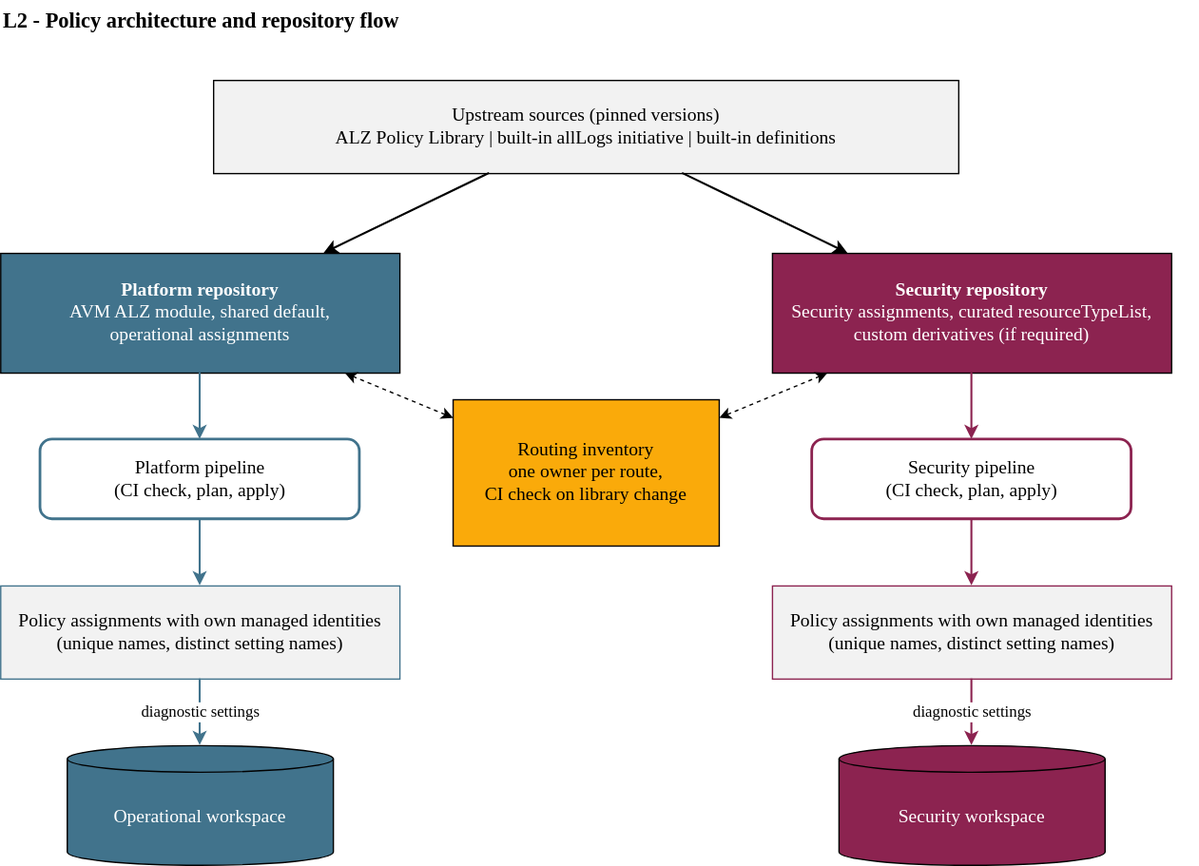
NikolaiKleppe/alz-diagnostic-log-design keeps this draw.io diagram as design/diagrams/L2-policy-repository-flow.svg. Above is the earlier version. Source tidied: cells renumbered, new cells last; positions are measured from the earlier drawing's top-left corner, leaving out a move shared by most shapes. The source it was exported from:
```xml
<mxGraphModel background="#FFFFFF">
  <root>
    <mxCell id="0" />
    <mxCell id="1" parent="0" />
    <mxCell id="2" value="L2 - Policy architecture and repository flow" style="text;html=1;align=left;verticalAlign=middle;fontFamily=Calibri;fontSize=16;fontStyle=1;fontColor=#000000;" parent="1" vertex="1">
      <mxGeometry width="900" height="30" as="geometry" />
    </mxCell>
    <mxCell id="3" value="Upstream sources (pinned versions)&#10;ALZ Policy Library | built-in allLogs initiative | built-in definitions" style="rounded=0;whiteSpace=wrap;html=1;fillColor=#F2F2F2;strokeColor=#000000;fontFamily=Calibri;fontSize=14;" parent="1" vertex="1">
      <mxGeometry x="160" y="60" width="560" height="70" as="geometry" />
    </mxCell>
    <mxCell id="4" value="&lt;b&gt;Platform repository&lt;/b&gt;&lt;br&gt;AVM ALZ module, shared default,&lt;br&gt;operational assignments" style="rounded=0;whiteSpace=wrap;html=1;fillColor=#41738C;strokeColor=#000000;fontColor=#FFFFFF;fontFamily=Calibri;fontSize=14;" parent="1" vertex="1">
      <mxGeometry y="190" width="300" height="90" as="geometry" />
    </mxCell>
    <mxCell id="5" value="&lt;b&gt;Security repository&lt;/b&gt;&lt;br&gt;Security assignments, curated resourceTypeList,&lt;br&gt;custom derivatives (if required)" style="rounded=0;whiteSpace=wrap;html=1;fillColor=#8C2350;strokeColor=#000000;fontColor=#FFFFFF;fontFamily=Calibri;fontSize=14;" parent="1" vertex="1">
      <mxGeometry x="580" y="190" width="300" height="90" as="geometry" />
    </mxCell>
    <mxCell id="6" value="Platform pipeline&#10;(CI check, plan, apply)" style="rounded=1;whiteSpace=wrap;html=1;fillColor=#FFFFFF;strokeColor=#41738C;strokeWidth=2;fontFamily=Calibri;fontSize=14;" parent="1" vertex="1">
      <mxGeometry x="30" y="330" width="240" height="60" as="geometry" />
    </mxCell>
    <mxCell id="7" value="Security pipeline&#10;(CI check, plan, apply)" style="rounded=1;whiteSpace=wrap;html=1;fillColor=#FFFFFF;strokeColor=#8C2350;strokeWidth=2;fontFamily=Calibri;fontSize=14;" parent="1" vertex="1">
      <mxGeometry x="610" y="330" width="240" height="60" as="geometry" />
    </mxCell>
    <mxCell id="8" value="Policy assignments with own managed identities&#10;(unique names, distinct setting names)" style="rounded=0;whiteSpace=wrap;html=1;fillColor=#F2F2F2;strokeColor=#41738C;fontFamily=Calibri;fontSize=14;" parent="1" vertex="1">
      <mxGeometry y="440" width="300" height="70" as="geometry" />
    </mxCell>
    <mxCell id="9" value="Policy assignments with own managed identities&#10;(unique names, distinct setting names)" style="rounded=0;whiteSpace=wrap;html=1;fillColor=#F2F2F2;strokeColor=#8C2350;fontFamily=Calibri;fontSize=14;" parent="1" vertex="1">
      <mxGeometry x="580" y="440" width="300" height="70" as="geometry" />
    </mxCell>
    <mxCell id="10" value="Operational workspace" style="shape=cylinder3;whiteSpace=wrap;html=1;boundedLbl=1;backgroundOutline=1;size=10;fillColor=#41738C;strokeColor=#000000;fontColor=#FFFFFF;fontFamily=Calibri;fontSize=14;" parent="1" vertex="1">
      <mxGeometry x="50" y="560" width="200" height="90" as="geometry" />
    </mxCell>
    <mxCell id="11" value="Security workspace" style="shape=cylinder3;whiteSpace=wrap;html=1;boundedLbl=1;backgroundOutline=1;size=10;fillColor=#8C2350;strokeColor=#000000;fontColor=#FFFFFF;fontFamily=Calibri;fontSize=14;" parent="1" vertex="1">
      <mxGeometry x="630" y="560" width="200" height="90" as="geometry" />
    </mxCell>
    <mxCell id="12" value="Routing inventory&#10;one owner per route,&#10;CI check on library change" style="rounded=0;whiteSpace=wrap;html=1;fillColor=#FAAA0A;strokeColor=#000000;fontFamily=Calibri;fontSize=14;" parent="1" vertex="1">
      <mxGeometry x="340" y="300" width="200" height="110" as="geometry" />
    </mxCell>
    <mxCell id="13" style="endArrow=classic;html=1;strokeColor=#000000;strokeWidth=1.5;" parent="1" edge="1" source="3" target="4">
      <mxGeometry relative="1" as="geometry" />
    </mxCell>
    <mxCell id="14" style="endArrow=classic;html=1;strokeColor=#000000;strokeWidth=1.5;" parent="1" edge="1" source="3" target="5">
      <mxGeometry relative="1" as="geometry" />
    </mxCell>
    <mxCell id="15" style="endArrow=classic;html=1;strokeColor=#41738C;strokeWidth=1.5;" parent="1" edge="1" source="4" target="6">
      <mxGeometry relative="1" as="geometry" />
    </mxCell>
    <mxCell id="16" style="endArrow=classic;html=1;strokeColor=#8C2350;strokeWidth=1.5;" parent="1" edge="1" source="5" target="7">
      <mxGeometry relative="1" as="geometry" />
    </mxCell>
    <mxCell id="17" style="endArrow=classic;html=1;strokeColor=#41738C;strokeWidth=1.5;" parent="1" edge="1" source="6" target="8">
      <mxGeometry relative="1" as="geometry" />
    </mxCell>
    <mxCell id="18" style="endArrow=classic;html=1;strokeColor=#8C2350;strokeWidth=1.5;" parent="1" edge="1" source="7" target="9">
      <mxGeometry relative="1" as="geometry" />
    </mxCell>
    <mxCell id="19" value="diagnostic settings" style="endArrow=classic;html=1;strokeColor=#41738C;strokeWidth=1.5;fontFamily=Calibri;fontSize=12;" parent="1" edge="1" source="8" target="10">
      <mxGeometry relative="1" as="geometry" />
    </mxCell>
    <mxCell id="20" value="diagnostic settings" style="endArrow=classic;html=1;strokeColor=#8C2350;strokeWidth=1.5;fontFamily=Calibri;fontSize=12;" parent="1" edge="1" source="9" target="11">
      <mxGeometry relative="1" as="geometry" />
    </mxCell>
    <mxCell id="21" style="endArrow=classic;startArrow=classic;dashed=1;html=1;strokeColor=#000000;strokeWidth=1;" parent="1" edge="1" source="4" target="12">
      <mxGeometry relative="1" as="geometry" />
    </mxCell>
    <mxCell id="22" style="endArrow=classic;startArrow=classic;dashed=1;html=1;strokeColor=#000000;strokeWidth=1;" parent="1" edge="1" source="5" target="12">
      <mxGeometry relative="1" as="geometry" />
    </mxCell>
  </root>
</mxGraphModel>
```
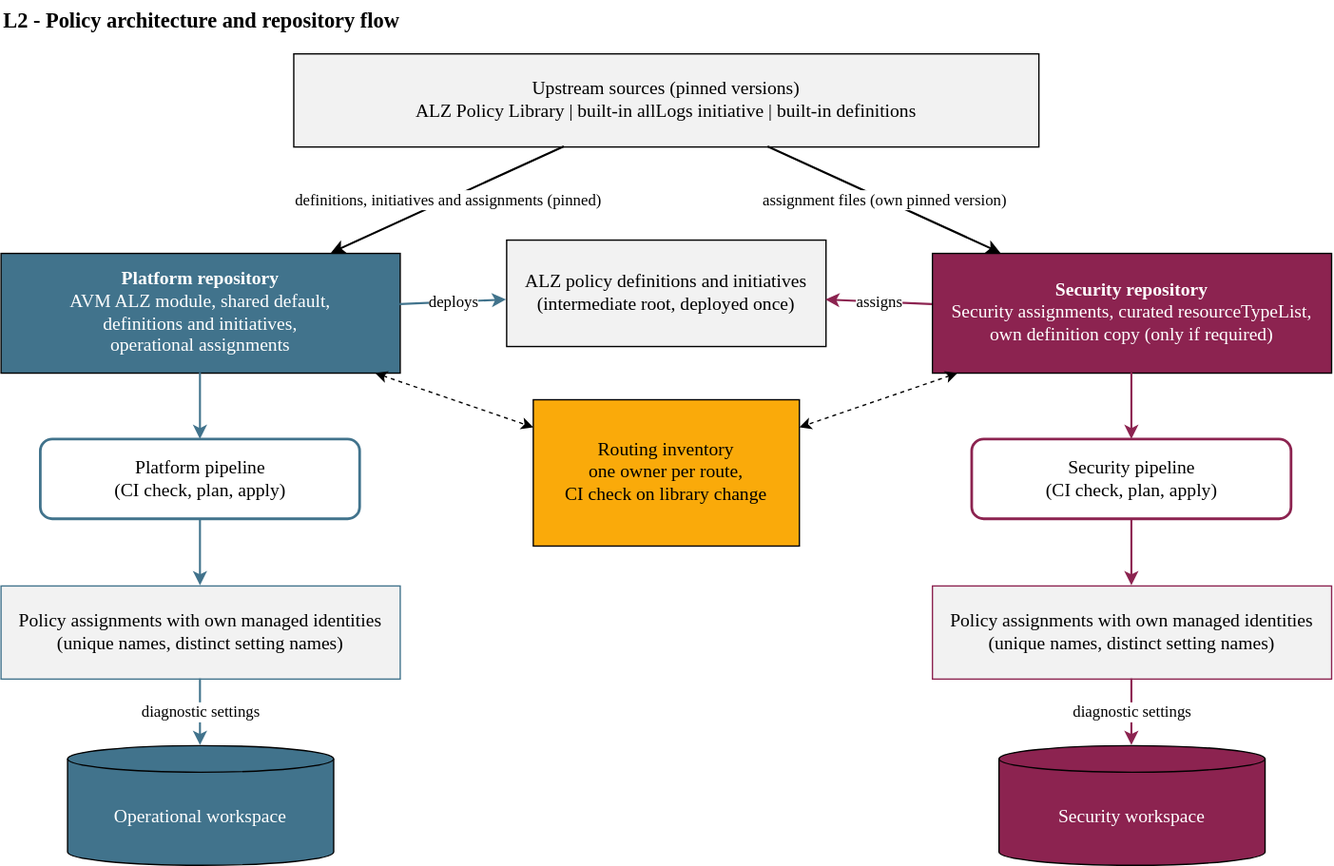
The same file after the commit.

What changed in the source:
```diff
@@ -6,41 +6,50 @@
       <mxGeometry width="900" height="30" as="geometry" />
     </mxCell>
     <mxCell id="3" value="Upstream sources (pinned versions)&#10;ALZ Policy Library | built-in allLogs initiative | built-in definitions" style="rounded=0;whiteSpace=wrap;html=1;fillColor=#F2F2F2;strokeColor=#000000;fontFamily=Calibri;fontSize=14;" parent="1" vertex="1">
-      <mxGeometry x="160" y="60" width="560" height="70" as="geometry" />
+      <mxGeometry x="220" y="40" width="560" height="70" as="geometry" />
     </mxCell>
-    <mxCell id="4" value="&lt;b&gt;Platform repository&lt;/b&gt;&lt;br&gt;AVM ALZ module, shared default,&lt;br&gt;operational assignments" style="rounded=0;whiteSpace=wrap;html=1;fillColor=#41738C;strokeColor=#000000;fontColor=#FFFFFF;fontFamily=Calibri;fontSize=14;" parent="1" vertex="1">
+    <mxCell id="4" value="&lt;b&gt;Platform repository&lt;/b&gt;&lt;br&gt;AVM ALZ module, shared default,&lt;br&gt;definitions and initiatives,&lt;br&gt;operational assignments" style="rounded=0;whiteSpace=wrap;html=1;fillColor=#41738C;strokeColor=#000000;fontColor=#FFFFFF;fontFamily=Calibri;fontSize=14;" parent="1" vertex="1">
       <mxGeometry y="190" width="300" height="90" as="geometry" />
     </mxCell>
-    <mxCell id="5" value="&lt;b&gt;Security repository&lt;/b&gt;&lt;br&gt;Security assignments, curated resourceTypeList,&lt;br&gt;custom derivatives (if required)" style="rounded=0;whiteSpace=wrap;html=1;fillColor=#8C2350;strokeColor=#000000;fontColor=#FFFFFF;fontFamily=Calibri;fontSize=14;" parent="1" vertex="1">
-      <mxGeometry x="580" y="190" width="300" height="90" as="geometry" />
+    <mxCell id="5" value="&lt;b&gt;Security repository&lt;/b&gt;&lt;br&gt;Security assignments, curated resourceTypeList,&lt;br&gt;own definition copy (only if required)" style="rounded=0;whiteSpace=wrap;html=1;fillColor=#8C2350;strokeColor=#000000;fontColor=#FFFFFF;fontFamily=Calibri;fontSize=14;" parent="1" vertex="1">
+      <mxGeometry x="700" y="190" width="300" height="90" as="geometry" />
     </mxCell>
+    <mxCell id="23" value="ALZ policy definitions and initiatives&#10;(intermediate root, deployed once)" style="rounded=0;whiteSpace=wrap;html=1;fillColor=#F2F2F2;strokeColor=#000000;fontFamily=Calibri;fontSize=14;" parent="1" vertex="1">
+      <mxGeometry x="380" y="180" width="240" height="80" as="geometry" />
+    </mxCell>
     <mxCell id="6" value="Platform pipeline&#10;(CI check, plan, apply)" style="rounded=1;whiteSpace=wrap;html=1;fillColor=#FFFFFF;strokeColor=#41738C;strokeWidth=2;fontFamily=Calibri;fontSize=14;" parent="1" vertex="1">
       <mxGeometry x="30" y="330" width="240" height="60" as="geometry" />
     </mxCell>
     <mxCell id="7" value="Security pipeline&#10;(CI check, plan, apply)" style="rounded=1;whiteSpace=wrap;html=1;fillColor=#FFFFFF;strokeColor=#8C2350;strokeWidth=2;fontFamily=Calibri;fontSize=14;" parent="1" vertex="1">
-      <mxGeometry x="610" y="330" width="240" height="60" as="geometry" />
+      <mxGeometry x="730" y="330" width="240" height="60" as="geometry" />
     </mxCell>
     <mxCell id="8" value="Policy assignments with own managed identities&#10;(unique names, distinct setting names)" style="rounded=0;whiteSpace=wrap;html=1;fillColor=#F2F2F2;strokeColor=#41738C;fontFamily=Calibri;fontSize=14;" parent="1" vertex="1">
       <mxGeometry y="440" width="300" height="70" as="geometry" />
     </mxCell>
     <mxCell id="9" value="Policy assignments with own managed identities&#10;(unique names, distinct setting names)" style="rounded=0;whiteSpace=wrap;html=1;fillColor=#F2F2F2;strokeColor=#8C2350;fontFamily=Calibri;fontSize=14;" parent="1" vertex="1">
-      <mxGeometry x="580" y="440" width="300" height="70" as="geometry" />
+      <mxGeometry x="700" y="440" width="300" height="70" as="geometry" />
     </mxCell>
     <mxCell id="10" value="Operational workspace" style="shape=cylinder3;whiteSpace=wrap;html=1;boundedLbl=1;backgroundOutline=1;size=10;fillColor=#41738C;strokeColor=#000000;fontColor=#FFFFFF;fontFamily=Calibri;fontSize=14;" parent="1" vertex="1">
       <mxGeometry x="50" y="560" width="200" height="90" as="geometry" />
     </mxCell>
     <mxCell id="11" value="Security workspace" style="shape=cylinder3;whiteSpace=wrap;html=1;boundedLbl=1;backgroundOutline=1;size=10;fillColor=#8C2350;strokeColor=#000000;fontColor=#FFFFFF;fontFamily=Calibri;fontSize=14;" parent="1" vertex="1">
-      <mxGeometry x="630" y="560" width="200" height="90" as="geometry" />
+      <mxGeometry x="750" y="560" width="200" height="90" as="geometry" />
     </mxCell>
     <mxCell id="12" value="Routing inventory&#10;one owner per route,&#10;CI check on library change" style="rounded=0;whiteSpace=wrap;html=1;fillColor=#FAAA0A;strokeColor=#000000;fontFamily=Calibri;fontSize=14;" parent="1" vertex="1">
-      <mxGeometry x="340" y="300" width="200" height="110" as="geometry" />
+      <mxGeometry x="400" y="300" width="200" height="110" as="geometry" />
     </mxCell>
-    <mxCell id="13" style="endArrow=classic;html=1;strokeColor=#000000;strokeWidth=1.5;" parent="1" edge="1" source="3" target="4">
+    <mxCell id="13" value="definitions, initiatives and assignments (pinned)" style="endArrow=classic;html=1;strokeColor=#000000;strokeWidth=1.5;fontFamily=Calibri;fontSize=12;" parent="1" edge="1" source="3" target="4">
       <mxGeometry relative="1" as="geometry" />
     </mxCell>
-    <mxCell id="14" style="endArrow=classic;html=1;strokeColor=#000000;strokeWidth=1.5;" parent="1" edge="1" source="3" target="5">
+    <mxCell id="14" value="assignment files (own pinned version)" style="endArrow=classic;html=1;strokeColor=#000000;strokeWidth=1.5;fontFamily=Calibri;fontSize=12;" parent="1" edge="1" source="3" target="5">
       <mxGeometry relative="1" as="geometry" />
     </mxCell>
+    <mxCell id="24" value="deploys" style="endArrow=classic;html=1;strokeColor=#41738C;strokeWidth=1.5;fontFamily=Calibri;fontSize=12;" parent="1" edge="1" source="4" target="23">
+      <mxGeometry relative="1" as="geometry" />
+    </mxCell>
+    <mxCell id="25" value="assigns" style="endArrow=classic;html=1;strokeColor=#8C2350;strokeWidth=1.5;fontFamily=Calibri;fontSize=12;" parent="1" edge="1" source="5" target="23">
+      <mxGeometry relative="1" as="geometry" />
+    </mxCell>
     <mxCell id="15" style="endArrow=classic;html=1;strokeColor=#41738C;strokeWidth=1.5;" parent="1" edge="1" source="4" target="6">
       <mxGeometry relative="1" as="geometry" />
     </mxCell>
```
